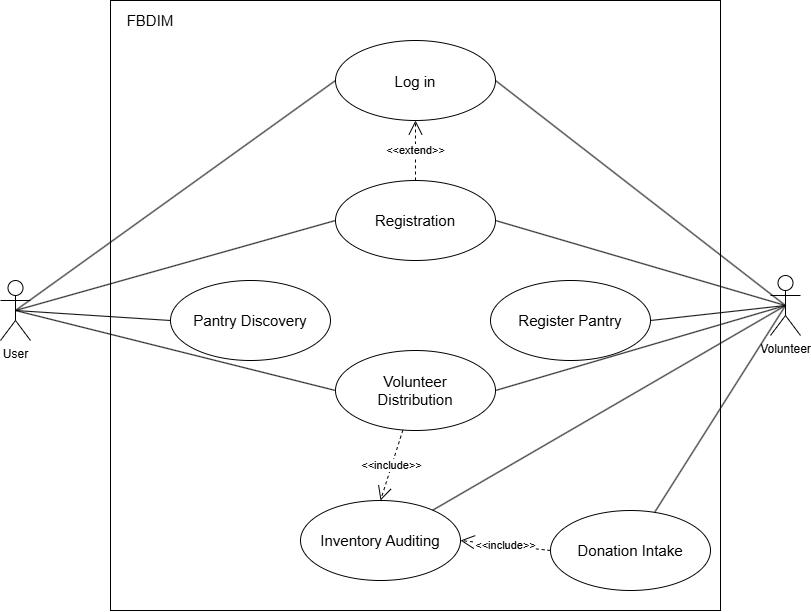
Before: Documentation/Diagrams/UseCases/Use_Case_Diagram.png, a diagram exported from draw.io (Abdull-Abraheem/CS350FinalProject). Source tidied: cells renumbered, new cells last; positions are measured from the earlier drawing's top-left corner, leaving out a move shared by most shapes.
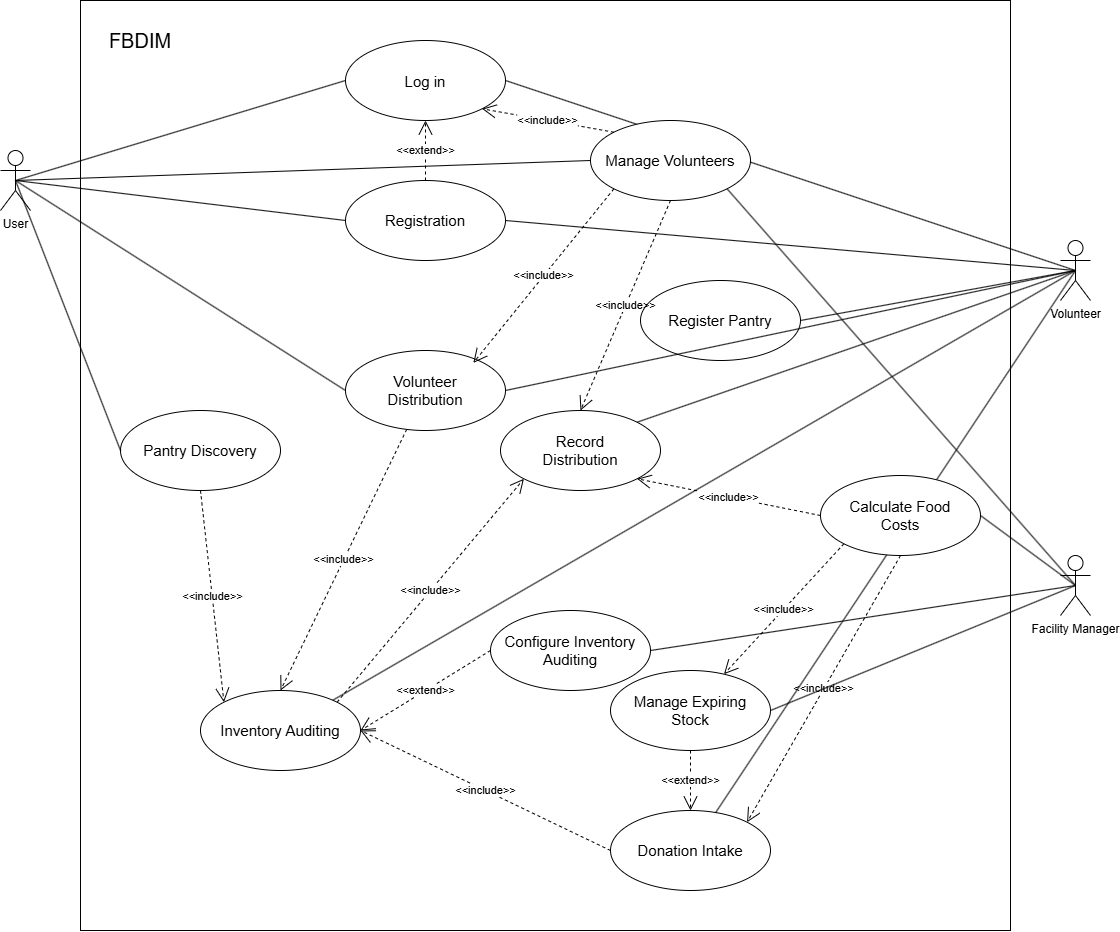
Later version of the same file.

Commit message:
Updated Use Case diagram and added a sequence diagram for Case 1

Diff of the diagram source:
```diff
@@ -3,19 +3,19 @@
     <mxCell id="0" />
     <mxCell id="1" parent="0" />
     <mxCell id="2" style="whiteSpace=wrap;html=1;fillColor=none;" parent="1" vertex="1">
-      <mxGeometry x="110" width="610" height="610" as="geometry" />
+      <mxGeometry x="70" width="930" height="930" as="geometry" />
     </mxCell>
-    <mxCell id="3" value="&lt;font style=&quot;font-size: 15px;&quot;&gt;FBDIM&lt;/font&gt;" style="text;html=1;whiteSpace=wrap;strokeColor=none;fillColor=none;align=center;verticalAlign=middle;rounded=0;" parent="1" vertex="1">
-      <mxGeometry x="110" width="80" height="40" as="geometry" />
+    <mxCell id="3" value="&lt;font style=&quot;font-size: 20px;&quot;&gt;FBDIM&lt;/font&gt;" style="text;html=1;whiteSpace=wrap;strokeColor=none;fillColor=none;align=center;verticalAlign=middle;rounded=0;" parent="1" vertex="1">
+      <mxGeometry x="70" width="120" height="80" as="geometry" />
     </mxCell>
     <mxCell id="4" value="&lt;font style=&quot;font-size: 15px;&quot;&gt;Log in&lt;/font&gt;" style="ellipse;whiteSpace=wrap;html=1;shapeInside=1;" parent="1" vertex="1">
       <mxGeometry x="335" y="40" width="160" height="80" as="geometry" />
     </mxCell>
     <mxCell id="5" value="&lt;span style=&quot;font-size: 15px;&quot;&gt;Donation Intake&lt;/span&gt;" style="ellipse;whiteSpace=wrap;html=1;shapeInside=1;" parent="1" vertex="1">
-      <mxGeometry x="550" y="510" width="160" height="80" as="geometry" />
+      <mxGeometry x="600" y="810" width="160" height="80" as="geometry" />
     </mxCell>
     <mxCell id="6" value="&lt;span style=&quot;font-size: 15px;&quot;&gt;Inventory Auditing&lt;/span&gt;" style="ellipse;whiteSpace=wrap;html=1;shapeInside=1;" parent="1" vertex="1">
-      <mxGeometry x="300" y="500" width="160" height="80" as="geometry" />
+      <mxGeometry x="190" y="690" width="160" height="80" as="geometry" />
     </mxCell>
     <mxCell id="7" value="&lt;span style=&quot;font-size: 15px;&quot;&gt;Volunteer Distribution&lt;/span&gt;" style="ellipse;whiteSpace=wrap;html=1;shapeInside=1;" parent="1" vertex="1">
       <mxGeometry x="335" y="350" width="160" height="80" as="geometry" />
@@ -24,10 +24,10 @@
       <mxGeometry x="335" y="180" width="160" height="80" as="geometry" />
     </mxCell>
     <mxCell id="9" value="&lt;span style=&quot;font-size: 15px;&quot;&gt;Register Pantry&lt;/span&gt;" style="ellipse;whiteSpace=wrap;html=1;shapeInside=1;" parent="1" vertex="1">
-      <mxGeometry x="490" y="280" width="160" height="80" as="geometry" />
+      <mxGeometry x="630" y="280" width="160" height="80" as="geometry" />
     </mxCell>
     <mxCell id="10" value="&lt;span style=&quot;font-size: 15px;&quot;&gt;Pantry Discovery&lt;/span&gt;" style="ellipse;whiteSpace=wrap;html=1;shapeInside=1;" parent="1" vertex="1">
-      <mxGeometry x="170" y="280" width="160" height="80" as="geometry" />
+      <mxGeometry x="110" y="410" width="160" height="80" as="geometry" />
     </mxCell>
     <mxCell id="11" value="&amp;lt;&amp;lt;extend&amp;gt;&amp;gt;" style="endArrow=open;endSize=12;endFill=0;html=1;rounded=0;defaultLabelBackgroundColor=page;exitX=0.5;exitY=0;exitDx=0;exitDy=0;dashed=1;" parent="1" edge="1" source="8" target="4">
       <mxGeometry relative="1" as="geometry" />
@@ -42,7 +42,7 @@
       <mxGeometry relative="1" as="geometry" />
     </mxCell>
     <mxCell id="15" value="User" style="shape=umlActor;verticalLabelPosition=bottom;verticalAlign=top;html=1;labelPerimeter=1;" parent="1" vertex="1">
-      <mxGeometry y="280" width="30" height="60" as="geometry" />
+      <mxGeometry x="-10" y="150" width="30" height="60" as="geometry" />
     </mxCell>
     <mxCell id="16" style="rounded=0;jettySize=auto;html=1;exitX=0.5;exitY=0.5;exitDx=0;exitDy=0;exitPerimeter=0;entryX=0;entryY=0.5;entryDx=0;entryDy=0;defaultLabelBackgroundColor=page;endArrow=none;endFill=0;" parent="1" edge="1" source="15" target="8">
       <mxGeometry relative="1" as="geometry" />
@@ -54,7 +54,7 @@
       <mxGeometry relative="1" as="geometry" />
     </mxCell>
     <mxCell id="19" value="Volunteer" style="shape=umlActor;verticalLabelPosition=bottom;verticalAlign=top;html=1;labelPerimeter=1;" parent="1" vertex="1">
-      <mxGeometry x="770" y="275" width="30" height="60" as="geometry" />
+      <mxGeometry x="1050" y="240" width="30" height="60" as="geometry" />
     </mxCell>
     <mxCell id="20" style="rounded=0;jettySize=auto;html=1;exitX=1;exitY=0.5;exitDx=0;exitDy=0;entryX=0.5;entryY=0.5;entryDx=0;entryDy=0;defaultLabelBackgroundColor=page;endArrow=none;endFill=0;entryPerimeter=0;" parent="1" edge="1" source="9" target="19">
       <mxGeometry relative="1" as="geometry" />
@@ -74,5 +74,71 @@
     <mxCell id="25" style="rounded=0;jettySize=auto;html=1;exitX=1;exitY=0.5;exitDx=0;exitDy=0;entryX=0.5;entryY=0.5;entryDx=0;entryDy=0;defaultLabelBackgroundColor=page;endArrow=none;endFill=0;entryPerimeter=0;" parent="1" edge="1" source="8" target="19">
       <mxGeometry relative="1" as="geometry" />
     </mxCell>
+    <mxCell id="26" value="&lt;span style=&quot;font-size: 15px;&quot;&gt;Record&lt;/span&gt;&lt;div&gt;&lt;span style=&quot;font-size: 15px;&quot;&gt;Distribution&lt;/span&gt;&lt;/div&gt;" style="ellipse;whiteSpace=wrap;html=1;shapeInside=1;" parent="1" vertex="1">
+      <mxGeometry x="490" y="410" width="160" height="80" as="geometry" />
+    </mxCell>
+    <mxCell id="27" value="&amp;lt;&amp;lt;include&amp;gt;&amp;gt;" style="endArrow=open;endSize=12;endFill=0;html=1;rounded=0;defaultLabelBackgroundColor=page;dashed=1;entryX=0;entryY=1;entryDx=0;entryDy=0;exitX=1;exitY=0;exitDx=0;exitDy=0;" parent="1" edge="1" source="6" target="26">
+      <mxGeometry relative="1" as="geometry" />
+    </mxCell>
+    <mxCell id="28" style="rounded=0;jettySize=auto;html=1;entryX=0.5;entryY=0.5;entryDx=0;entryDy=0;defaultLabelBackgroundColor=page;endArrow=none;endFill=0;entryPerimeter=0;exitX=1;exitY=0;exitDx=0;exitDy=0;" parent="1" edge="1" source="26" target="19">
+      <mxGeometry relative="1" as="geometry" />
+    </mxCell>
+    <mxCell id="29" value="&amp;lt;&amp;lt;include&amp;gt;&amp;gt;" style="endArrow=open;endSize=12;endFill=0;html=1;rounded=0;defaultLabelBackgroundColor=page;dashed=1;entryX=0;entryY=0;entryDx=0;entryDy=0;exitX=0.5;exitY=1;exitDx=0;exitDy=0;" parent="1" edge="1" source="10" target="6">
+      <mxGeometry relative="1" as="geometry" />
+    </mxCell>
+    <mxCell id="30" value="Facility Manager" style="shape=umlActor;verticalLabelPosition=bottom;verticalAlign=top;html=1;labelPerimeter=1;" parent="1" vertex="1">
+      <mxGeometry x="1050" y="555" width="30" height="60" as="geometry" />
+    </mxCell>
+    <mxCell id="31" value="&lt;span style=&quot;font-size: 15px;&quot;&gt;Manage Expiring Stock&lt;/span&gt;" style="ellipse;whiteSpace=wrap;html=1;shapeInside=1;" parent="1" vertex="1">
+      <mxGeometry x="600" y="670" width="160" height="80" as="geometry" />
+    </mxCell>
+    <mxCell id="32" value="&amp;lt;&amp;lt;extend&amp;gt;&amp;gt;" style="endArrow=open;endSize=12;endFill=0;html=1;rounded=0;defaultLabelBackgroundColor=page;exitX=0.5;exitY=1;exitDx=0;exitDy=0;dashed=1;entryX=0.5;entryY=0;entryDx=0;entryDy=0;" parent="1" edge="1" source="31" target="5">
+      <mxGeometry relative="1" as="geometry" />
+    </mxCell>
+    <mxCell id="33" style="rounded=0;jettySize=auto;html=1;entryX=0.5;entryY=0.5;entryDx=0;entryDy=0;defaultLabelBackgroundColor=page;endArrow=none;endFill=0;entryPerimeter=0;exitX=1;exitY=0.5;exitDx=0;exitDy=0;" parent="1" edge="1" source="31" target="30">
+      <mxGeometry relative="1" as="geometry" />
+    </mxCell>
+    <mxCell id="34" value="&lt;span style=&quot;font-size: 15px;&quot;&gt;Calculate Food Costs&lt;/span&gt;" style="ellipse;whiteSpace=wrap;html=1;shapeInside=1;" parent="1" vertex="1">
+      <mxGeometry x="810" y="475" width="160" height="80" as="geometry" />
+    </mxCell>
+    <mxCell id="35" value="&amp;lt;&amp;lt;include&amp;gt;&amp;gt;" style="endArrow=open;endSize=12;endFill=0;html=1;rounded=0;defaultLabelBackgroundColor=page;exitX=0.5;exitY=1;exitDx=0;exitDy=0;dashed=1;entryX=1;entryY=0;entryDx=0;entryDy=0;" parent="1" edge="1" source="34" target="5">
+      <mxGeometry relative="1" as="geometry" />
+    </mxCell>
+    <mxCell id="36" value="&amp;lt;&amp;lt;include&amp;gt;&amp;gt;" style="endArrow=open;endSize=12;endFill=0;html=1;rounded=0;defaultLabelBackgroundColor=page;exitX=0;exitY=0.5;exitDx=0;exitDy=0;dashed=1;entryX=1;entryY=1;entryDx=0;entryDy=0;" parent="1" edge="1" source="34" target="26">
+      <mxGeometry relative="1" as="geometry" />
+    </mxCell>
+    <mxCell id="37" style="rounded=0;jettySize=auto;html=1;entryX=0.5;entryY=0.5;entryDx=0;entryDy=0;defaultLabelBackgroundColor=page;endArrow=none;endFill=0;entryPerimeter=0;exitX=1;exitY=0.5;exitDx=0;exitDy=0;" parent="1" edge="1" source="34" target="30">
+      <mxGeometry relative="1" as="geometry" />
+    </mxCell>
+    <mxCell id="38" value="&amp;lt;&amp;lt;include&amp;gt;&amp;gt;" style="endArrow=open;endSize=12;endFill=0;html=1;rounded=0;defaultLabelBackgroundColor=page;exitX=0;exitY=1;exitDx=0;exitDy=0;dashed=1;" parent="1" edge="1" source="34" target="31">
+      <mxGeometry relative="1" as="geometry" />
+    </mxCell>
+    <mxCell id="39" value="&lt;span style=&quot;font-size: 15px;&quot;&gt;Configure Inventory Auditing&lt;/span&gt;" style="ellipse;whiteSpace=wrap;html=1;shapeInside=1;" parent="1" vertex="1">
+      <mxGeometry x="480" y="610" width="160" height="80" as="geometry" />
+    </mxCell>
+    <mxCell id="40" value="&amp;lt;&amp;lt;extend&amp;gt;&amp;gt;" style="endArrow=open;endSize=12;endFill=0;html=1;rounded=0;defaultLabelBackgroundColor=page;exitX=0;exitY=0.5;exitDx=0;exitDy=0;dashed=1;entryX=1;entryY=0.5;entryDx=0;entryDy=0;" parent="1" edge="1" source="39" target="6">
+      <mxGeometry relative="1" as="geometry" />
+    </mxCell>
+    <mxCell id="41" style="rounded=0;jettySize=auto;html=1;entryX=0.5;entryY=0.5;entryDx=0;entryDy=0;defaultLabelBackgroundColor=page;endArrow=none;endFill=0;entryPerimeter=0;exitX=1;exitY=0.5;exitDx=0;exitDy=0;" parent="1" edge="1" source="39" target="30">
+      <mxGeometry relative="1" as="geometry" />
+    </mxCell>
+    <mxCell id="42" value="&lt;span style=&quot;font-size: 15px;&quot;&gt;Manage Volunteers&lt;/span&gt;" style="ellipse;whiteSpace=wrap;html=1;shapeInside=1;" parent="1" vertex="1">
+      <mxGeometry x="580" y="120" width="160" height="80" as="geometry" />
+    </mxCell>
+    <mxCell id="43" value="&amp;lt;&amp;lt;include&amp;gt;&amp;gt;" style="endArrow=open;endSize=12;endFill=0;html=1;rounded=0;defaultLabelBackgroundColor=page;dashed=1;entryX=1;entryY=1;entryDx=0;entryDy=0;exitX=0;exitY=0;exitDx=0;exitDy=0;" parent="1" edge="1" source="42" target="4">
+      <mxGeometry relative="1" as="geometry" />
+    </mxCell>
+    <mxCell id="44" style="rounded=0;jettySize=auto;html=1;exitX=0.5;exitY=0.5;exitDx=0;exitDy=0;exitPerimeter=0;entryX=0;entryY=0.5;entryDx=0;entryDy=0;defaultLabelBackgroundColor=page;endArrow=none;endFill=0;" parent="1" edge="1" source="15" target="42">
+      <mxGeometry relative="1" as="geometry" />
+    </mxCell>
+    <mxCell id="45" style="rounded=0;jettySize=auto;html=1;entryX=0.5;entryY=0.5;entryDx=0;entryDy=0;defaultLabelBackgroundColor=page;endArrow=none;endFill=0;entryPerimeter=0;exitX=1;exitY=1;exitDx=0;exitDy=0;" parent="1" edge="1" source="42" target="30">
+      <mxGeometry relative="1" as="geometry" />
+    </mxCell>
+    <mxCell id="46" value="&amp;lt;&amp;lt;include&amp;gt;&amp;gt;" style="endArrow=open;endSize=12;endFill=0;html=1;rounded=0;defaultLabelBackgroundColor=page;dashed=1;entryX=0.799;entryY=0.155;entryDx=0;entryDy=0;exitX=0;exitY=1;exitDx=0;exitDy=0;entryPerimeter=0;" parent="1" edge="1" source="42" target="7">
+      <mxGeometry relative="1" as="geometry" />
+    </mxCell>
+    <mxCell id="47" value="&amp;lt;&amp;lt;include&amp;gt;&amp;gt;" style="endArrow=open;endSize=12;endFill=0;html=1;rounded=0;defaultLabelBackgroundColor=page;dashed=1;entryX=0.5;entryY=0;entryDx=0;entryDy=0;exitX=0.5;exitY=1;exitDx=0;exitDy=0;" parent="1" edge="1" source="42" target="26">
+      <mxGeometry relative="1" as="geometry" />
+    </mxCell>
   </root>
 </mxGraphModel>
```
